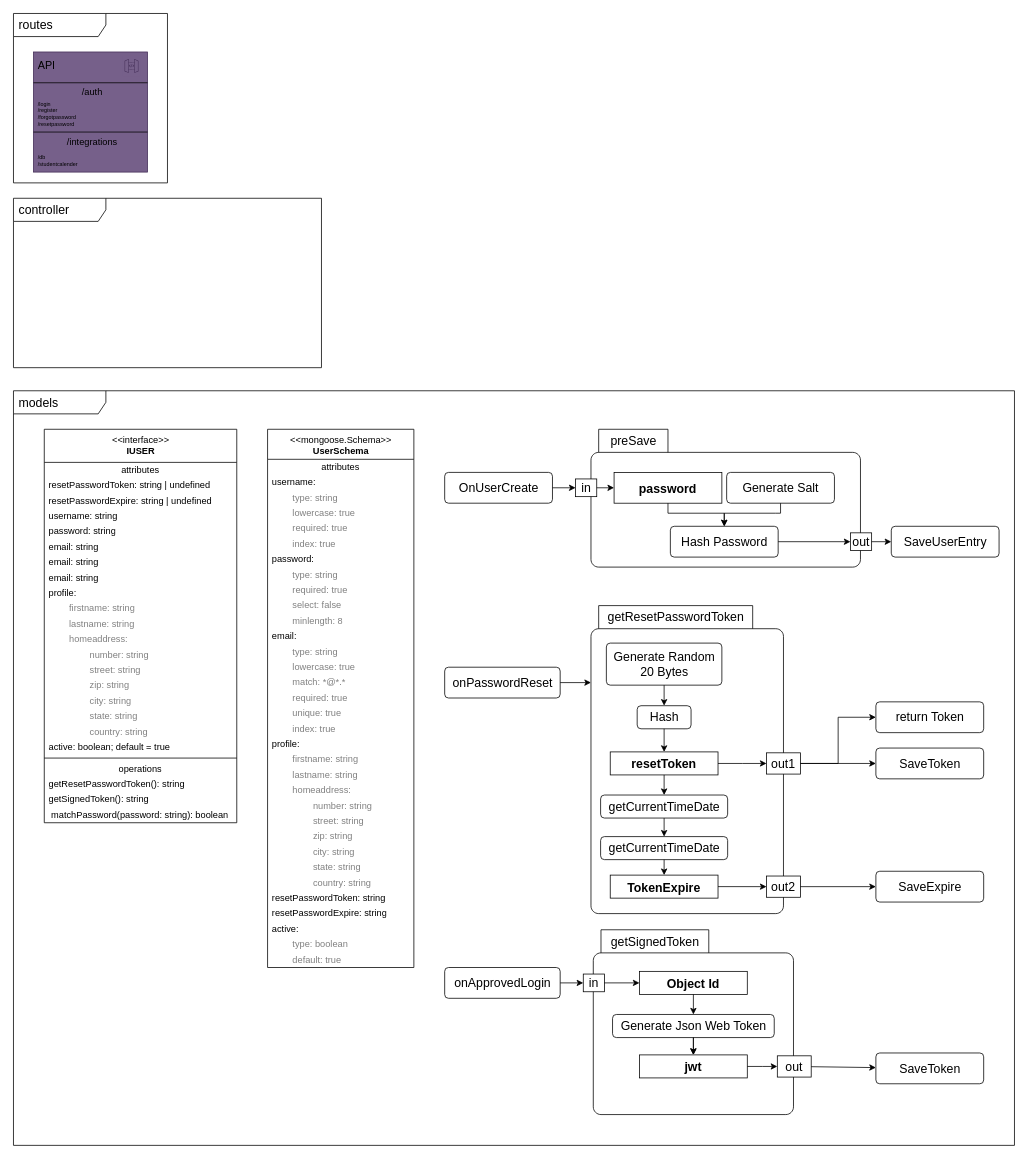
This is sontiges/UML v0.1/drawio/server.drawio from Schuetze1000/TheRouteMaster, a draw.io file, before an edit. Source tidied: cells renumbered, new cells numbered last; positions are measured from the earlier drawing's top-left corner, leaving out a move shared by most shapes. Both pictures are drawn from the tidied source at 77%, with x=0, y=0 at pixel (13, 13).
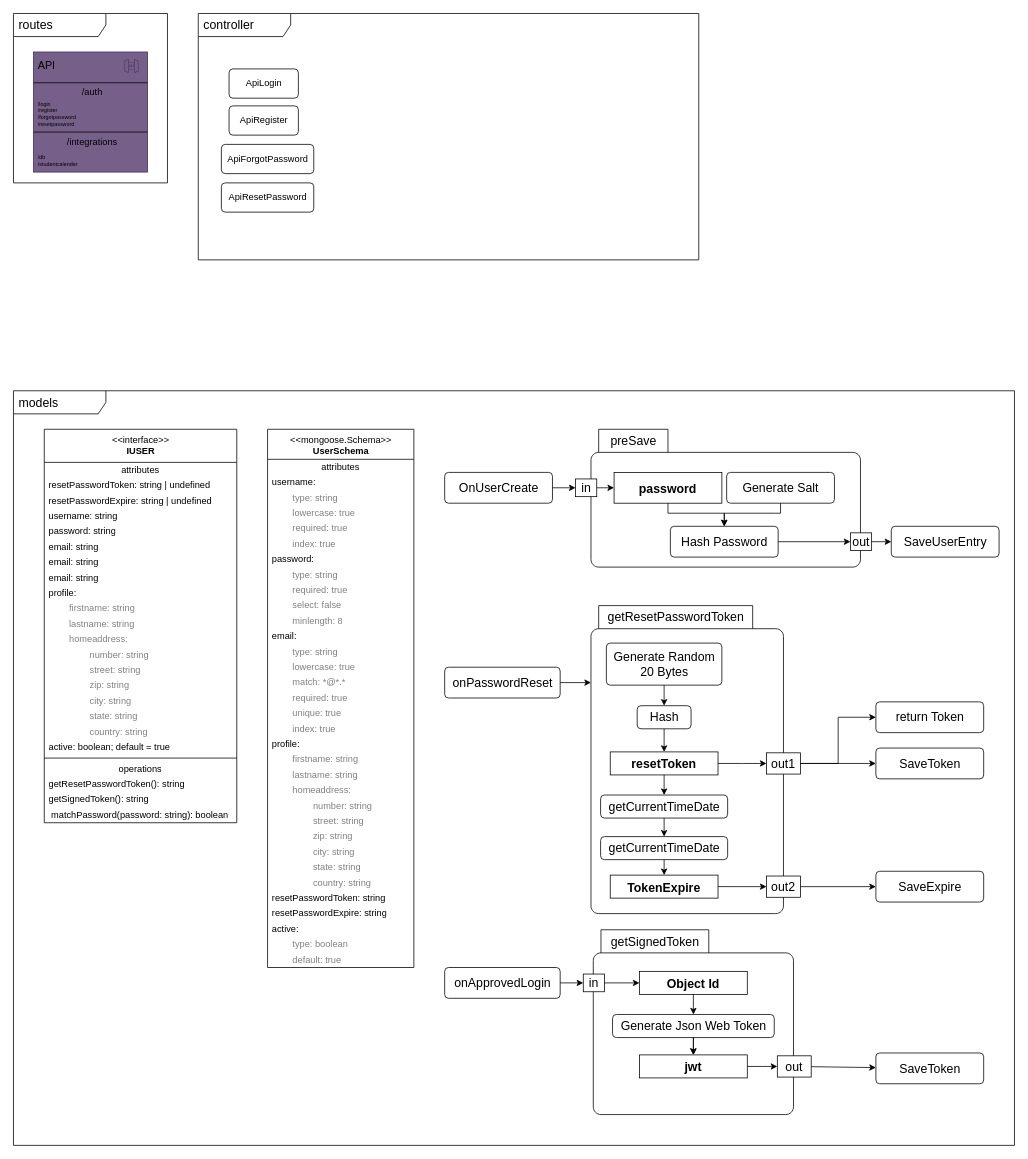
After the change.

Change to the diagram source:
```diff
@@
     <mxCell id="2" value="controller" style="shape=umlFrame;whiteSpace=wrap;html=1;width=120;height=30;boundedLbl=1;verticalAlign=middle;align=left;spacingLeft=5;fontSize=16;" parent="1" vertex="1">
-      <mxGeometry y="240" width="400" height="220" as="geometry" />
+      <mxGeometry x="240" width="650" height="320" as="geometry" />
     </mxCell>
@@
+    <mxCell id="133" value="ApiLogin" style="html=1;align=center;verticalAlign=middle;rounded=1;absoluteArcSize=1;arcSize=10;dashed=0;" parent="1" vertex="1">
+      <mxGeometry x="280" y="72" width="90" height="38" as="geometry" />
+    </mxCell>
+    <mxCell id="134" value="ApiRegister" style="html=1;align=center;verticalAlign=middle;rounded=1;absoluteArcSize=1;arcSize=10;dashed=0;" parent="1" vertex="1">
+      <mxGeometry x="280" y="120" width="90" height="38" as="geometry" />
+    </mxCell>
+    <mxCell id="135" value="ApiForgotPassword" style="html=1;align=center;verticalAlign=middle;rounded=1;absoluteArcSize=1;arcSize=10;dashed=0;" parent="1" vertex="1">
+      <mxGeometry x="270" y="170" width="120" height="38" as="geometry" />
+    </mxCell>
+    <mxCell id="136" value="ApiResetPassword" style="html=1;align=center;verticalAlign=middle;rounded=1;absoluteArcSize=1;arcSize=10;dashed=0;" parent="1" vertex="1">
+      <mxGeometry x="270" y="220" width="120" height="38" as="geometry" />
+    </mxCell>
```
